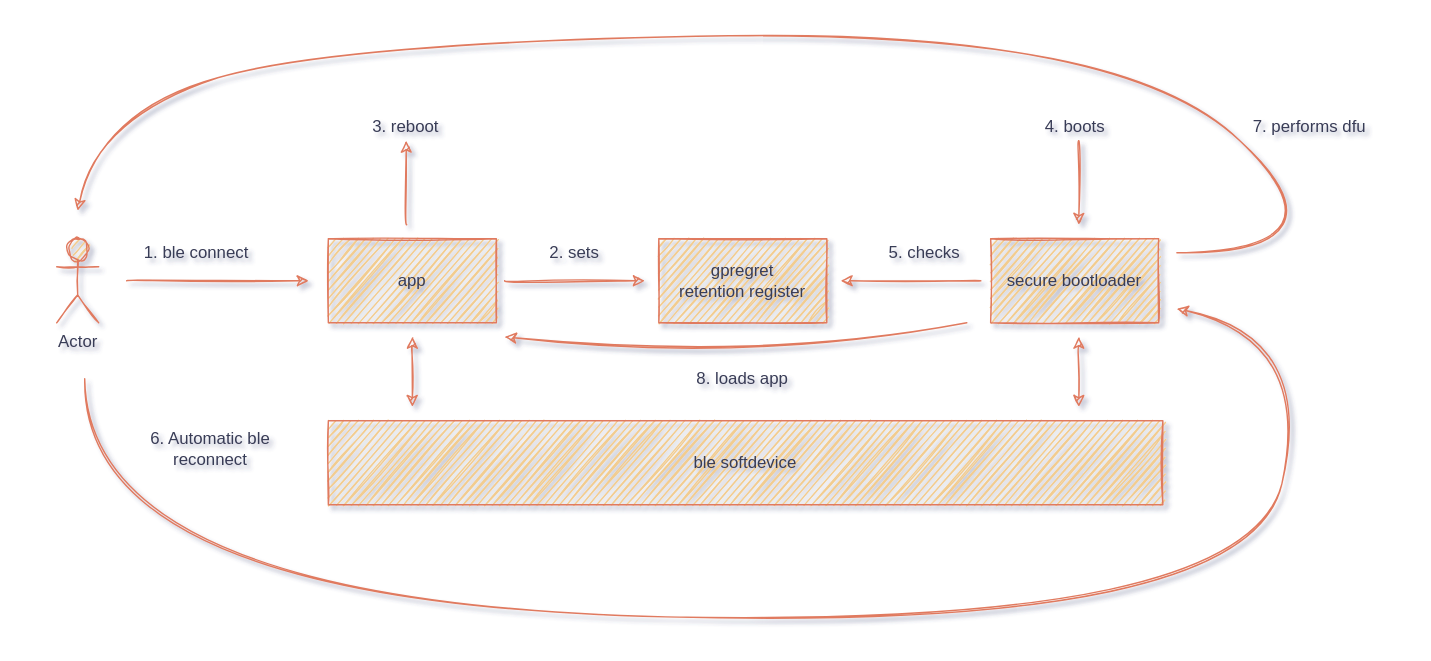
Above: demo.drawio.svg in ninjasource/nordic-ble-dfu-demo (draw.io), before the change. Source tidied: cells renumbered, new cells last; positions are measured from the earlier drawing's top-left corner, leaving out a move shared by most shapes. Its diagram source:
```xml
<mxGraphModel background="#FFFFFF" shadow="1">
  <root>
    <mxCell id="0" />
    <mxCell id="1" parent="0" />
    <mxCell id="2" value="Actor" style="shape=umlActor;verticalLabelPosition=bottom;verticalAlign=top;html=1;fillColor=#F2CC8F;strokeColor=#E07A5F;fontColor=#393C56;sketch=1;" parent="1" vertex="1">
      <mxGeometry x="40" y="170" width="30" height="60" as="geometry" />
    </mxCell>
    <mxCell id="3" value="app" style="rounded=0;whiteSpace=wrap;html=1;fillColor=#F2CC8F;strokeColor=#E07A5F;fontColor=#393C56;sketch=1;" parent="1" vertex="1">
      <mxGeometry x="234" y="170" width="120" height="60" as="geometry" />
    </mxCell>
    <mxCell id="4" value="ble softdevice" style="rounded=0;whiteSpace=wrap;html=1;fillColor=#F2CC8F;strokeColor=#E07A5F;fontColor=#393C56;sketch=1;" parent="1" vertex="1">
      <mxGeometry x="234" y="300" width="596" height="60" as="geometry" />
    </mxCell>
    <mxCell id="5" value="secure bootloader" style="rounded=0;whiteSpace=wrap;html=1;fillColor=#F2CC8F;strokeColor=#E07A5F;fontColor=#393C56;sketch=1;" parent="1" vertex="1">
      <mxGeometry x="707" y="170" width="120" height="60" as="geometry" />
    </mxCell>
    <mxCell id="6" style="endArrow=classic;html=1;strokeColor=#E07A5F;fontColor=#393C56;sketch=1;curved=1;labelBackgroundColor=#F4F1DE;" parent="1" edge="1">
      <mxGeometry relative="1" as="geometry">
        <mxPoint x="90" y="200" as="sourcePoint" />
        <mxPoint x="220" y="200" as="targetPoint" />
      </mxGeometry>
    </mxCell>
    <mxCell id="7" value="gpregret&lt;br&gt;retention register" style="rounded=0;whiteSpace=wrap;html=1;fillColor=#F2CC8F;strokeColor=#E07A5F;fontColor=#393C56;sketch=1;" parent="1" vertex="1">
      <mxGeometry x="470" y="170" width="120" height="60" as="geometry" />
    </mxCell>
    <mxCell id="8" value="1. ble connect" style="text;html=1;strokeColor=none;fillColor=none;align=center;verticalAlign=middle;whiteSpace=wrap;rounded=0;fontColor=#393C56;sketch=1;" parent="1" vertex="1">
      <mxGeometry x="90" y="170" width="100" height="20" as="geometry" />
    </mxCell>
    <mxCell id="9" style="endArrow=classic;html=1;strokeColor=#E07A5F;fontColor=#393C56;sketch=1;curved=1;labelBackgroundColor=#F4F1DE;" parent="1" edge="1">
      <mxGeometry relative="1" as="geometry">
        <mxPoint x="360" y="200" as="sourcePoint" />
        <mxPoint x="460" y="200" as="targetPoint" />
      </mxGeometry>
    </mxCell>
    <mxCell id="10" value="2. sets" style="text;html=1;strokeColor=none;fillColor=none;align=center;verticalAlign=middle;whiteSpace=wrap;rounded=0;fontColor=#393C56;sketch=1;" parent="1" vertex="1">
      <mxGeometry x="390" y="170" width="40" height="20" as="geometry" />
    </mxCell>
    <mxCell id="11" style="endArrow=classic;startArrow=classic;html=1;strokeColor=#E07A5F;fontColor=#393C56;sketch=1;curved=1;labelBackgroundColor=#F4F1DE;" parent="1" edge="1">
      <mxGeometry relative="1" as="geometry">
        <mxPoint x="294" y="240" as="sourcePoint" />
        <mxPoint x="294" y="290" as="targetPoint" />
      </mxGeometry>
    </mxCell>
    <mxCell id="12" style="endArrow=classic;html=1;strokeColor=#E07A5F;fontColor=#393C56;sketch=1;curved=1;labelBackgroundColor=#F4F1DE;" parent="1" edge="1" target="13">
      <mxGeometry relative="1" as="geometry">
        <mxPoint x="290" y="160" as="sourcePoint" />
      </mxGeometry>
    </mxCell>
    <mxCell id="13" value="3. reboot" style="text;html=1;strokeColor=none;fillColor=none;align=center;verticalAlign=middle;whiteSpace=wrap;rounded=0;fontColor=#393C56;sketch=1;" parent="1" vertex="1">
      <mxGeometry x="249" y="80" width="81" height="20" as="geometry" />
    </mxCell>
    <mxCell id="14" style="endArrow=classic;html=1;strokeColor=#E07A5F;fontColor=#393C56;sketch=1;curved=1;labelBackgroundColor=#F4F1DE;" parent="1" edge="1">
      <mxGeometry relative="1" as="geometry">
        <mxPoint x="770" y="100" as="sourcePoint" />
        <mxPoint x="770" y="160" as="targetPoint" />
      </mxGeometry>
    </mxCell>
    <mxCell id="15" value="4. boots" style="text;html=1;align=center;verticalAlign=middle;strokeColor=none;fontColor=#393C56;sketch=1;" parent="1" vertex="1">
      <mxGeometry x="737" y="80" width="60" height="20" as="geometry" />
    </mxCell>
    <mxCell id="16" style="endArrow=classic;html=1;strokeColor=#E07A5F;fontColor=#393C56;sketch=1;curved=1;labelBackgroundColor=#F4F1DE;" parent="1" edge="1">
      <mxGeometry relative="1" as="geometry">
        <mxPoint x="700" y="200" as="sourcePoint" />
        <mxPoint x="600" y="200" as="targetPoint" />
      </mxGeometry>
    </mxCell>
    <mxCell id="17" value="5. checks" style="text;html=1;strokeColor=none;fillColor=none;align=center;verticalAlign=middle;whiteSpace=wrap;rounded=0;fontColor=#393C56;sketch=1;" parent="1" vertex="1">
      <mxGeometry x="630" y="170" width="60" height="20" as="geometry" />
    </mxCell>
    <mxCell id="18" style="endArrow=classic;startArrow=classic;html=1;strokeColor=#E07A5F;fontColor=#393C56;sketch=1;curved=1;labelBackgroundColor=#F4F1DE;" parent="1" edge="1">
      <mxGeometry relative="1" as="geometry">
        <mxPoint x="770" y="240" as="sourcePoint" />
        <mxPoint x="770" y="290" as="targetPoint" />
      </mxGeometry>
    </mxCell>
    <mxCell id="19" style="endArrow=classic;html=1;strokeColor=#E07A5F;fontColor=#393C56;sketch=1;curved=1;labelBackgroundColor=#F4F1DE;" parent="1" edge="1">
      <mxGeometry relative="1" as="geometry">
        <mxPoint x="60" y="270" as="sourcePoint" />
        <mxPoint x="840" y="220" as="targetPoint" />
        <Array as="points">
          <mxPoint x="60" y="430" />
          <mxPoint x="890" y="450" />
          <mxPoint x="940" y="240" />
        </Array>
      </mxGeometry>
    </mxCell>
    <mxCell id="20" style="endArrow=classic;html=1;strokeColor=#E07A5F;fontColor=#393C56;sketch=1;curved=1;labelBackgroundColor=#F4F1DE;" parent="1" edge="1">
      <mxGeometry relative="1" as="geometry">
        <mxPoint x="840" y="180" as="sourcePoint" />
        <mxPoint x="55" y="150" as="targetPoint" />
        <Array as="points">
          <mxPoint x="970" y="180" />
          <mxPoint x="800" y="20" />
          <mxPoint x="240" y="30" />
          <mxPoint x="70" y="80" />
        </Array>
      </mxGeometry>
    </mxCell>
    <mxCell id="21" style="swimlane;startSize=0;swimlaneLine=0;strokeColor=none;" parent="1" vertex="1">
      <mxGeometry width="1010" height="460" as="geometry" />
    </mxCell>
    <mxCell id="22" value="6. Automatic ble reconnect" style="text;html=1;strokeColor=none;fillColor=none;align=center;verticalAlign=middle;whiteSpace=wrap;rounded=0;fontColor=#393C56;sketch=1;" parent="21" vertex="1">
      <mxGeometry x="80" y="310" width="140" height="20" as="geometry" />
    </mxCell>
    <mxCell id="23" value="7. performs dfu" style="text;html=1;strokeColor=none;fillColor=none;align=center;verticalAlign=middle;whiteSpace=wrap;rounded=0;fontColor=#393C56;sketch=1;" parent="21" vertex="1">
      <mxGeometry x="860" y="80" width="150" height="20" as="geometry" />
    </mxCell>
    <mxCell id="24" style="endArrow=classic;html=1;strokeColor=#E07A5F;fontColor=#393C56;sketch=1;curved=1;labelBackgroundColor=#F4F1DE;" parent="21" edge="1">
      <mxGeometry relative="1" as="geometry">
        <mxPoint x="690" y="230" as="sourcePoint" />
        <mxPoint x="360" y="240" as="targetPoint" />
        <Array as="points">
          <mxPoint x="540" y="260" />
        </Array>
      </mxGeometry>
    </mxCell>
    <mxCell id="25" value="8. loads app" style="text;html=1;strokeColor=none;fillColor=none;align=center;verticalAlign=middle;whiteSpace=wrap;rounded=0;fontColor=#393C56;sketch=1;" parent="21" vertex="1">
      <mxGeometry x="480" y="260" width="100" height="20" as="geometry" />
    </mxCell>
  </root>
</mxGraphModel>
```
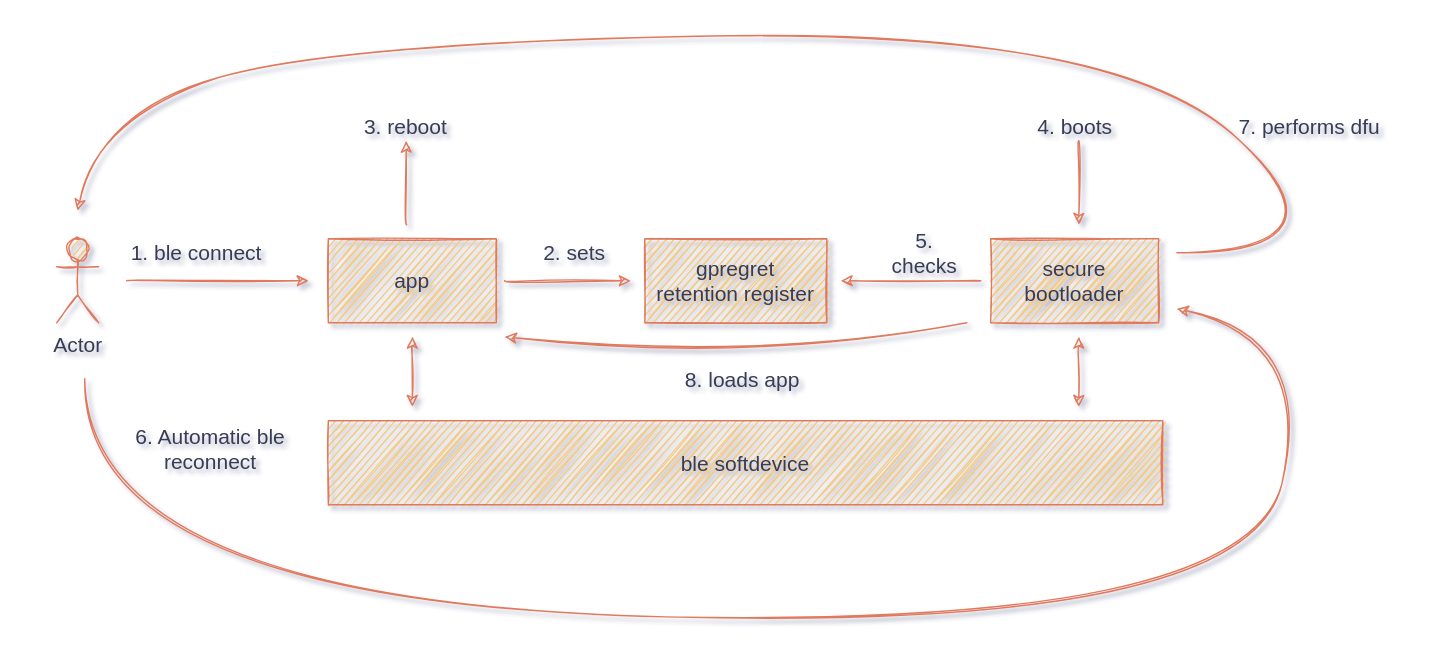
Later version of the same file.

Commit message:
Improved diagram

What changed in the source:
```diff
@@ -2,16 +2,16 @@
   <root>
     <mxCell id="0" />
     <mxCell id="1" parent="0" />
-    <mxCell id="2" value="Actor" style="shape=umlActor;verticalLabelPosition=bottom;verticalAlign=top;html=1;fillColor=#F2CC8F;strokeColor=#E07A5F;fontColor=#393C56;sketch=1;" parent="1" vertex="1">
+    <mxCell id="2" value="Actor" style="shape=umlActor;verticalLabelPosition=bottom;verticalAlign=top;html=1;fillColor=#F2CC8F;strokeColor=#E07A5F;fontColor=#393C56;sketch=1;fontSize=15;" parent="1" vertex="1">
       <mxGeometry x="40" y="170" width="30" height="60" as="geometry" />
     </mxCell>
-    <mxCell id="3" value="app" style="rounded=0;whiteSpace=wrap;html=1;fillColor=#F2CC8F;strokeColor=#E07A5F;fontColor=#393C56;sketch=1;" parent="1" vertex="1">
+    <mxCell id="3" value="app" style="rounded=0;whiteSpace=wrap;html=1;fillColor=#F2CC8F;strokeColor=#E07A5F;fontColor=#393C56;sketch=1;fontSize=15;" parent="1" vertex="1">
       <mxGeometry x="234" y="170" width="120" height="60" as="geometry" />
     </mxCell>
-    <mxCell id="4" value="ble softdevice" style="rounded=0;whiteSpace=wrap;html=1;fillColor=#F2CC8F;strokeColor=#E07A5F;fontColor=#393C56;sketch=1;" parent="1" vertex="1">
+    <mxCell id="4" value="ble softdevice" style="rounded=0;whiteSpace=wrap;html=1;fillColor=#F2CC8F;strokeColor=#E07A5F;fontColor=#393C56;sketch=1;fontSize=15;" parent="1" vertex="1">
       <mxGeometry x="234" y="300" width="596" height="60" as="geometry" />
     </mxCell>
-    <mxCell id="5" value="secure bootloader" style="rounded=0;whiteSpace=wrap;html=1;fillColor=#F2CC8F;strokeColor=#E07A5F;fontColor=#393C56;sketch=1;" parent="1" vertex="1">
+    <mxCell id="5" value="secure bootloader" style="rounded=0;whiteSpace=wrap;html=1;fillColor=#F2CC8F;strokeColor=#E07A5F;fontColor=#393C56;sketch=1;fontSize=15;" parent="1" vertex="1">
       <mxGeometry x="707" y="170" width="120" height="60" as="geometry" />
     </mxCell>
     <mxCell id="6" style="endArrow=classic;html=1;strokeColor=#E07A5F;fontColor=#393C56;sketch=1;curved=1;labelBackgroundColor=#F4F1DE;" parent="1" edge="1">
@@ -20,21 +20,18 @@
         <mxPoint x="220" y="200" as="targetPoint" />
       </mxGeometry>
     </mxCell>
-    <mxCell id="7" value="gpregret&lt;br&gt;retention register" style="rounded=0;whiteSpace=wrap;html=1;fillColor=#F2CC8F;strokeColor=#E07A5F;fontColor=#393C56;sketch=1;" parent="1" vertex="1">
-      <mxGeometry x="470" y="170" width="120" height="60" as="geometry" />
+    <mxCell id="7" value="gpregret&lt;br style=&quot;font-size: 15px;&quot;&gt;retention register" style="rounded=0;whiteSpace=wrap;html=1;fillColor=#F2CC8F;strokeColor=#E07A5F;fontColor=#393C56;sketch=1;fontSize=15;" parent="1" vertex="1">
+      <mxGeometry x="460" y="170" width="130" height="60" as="geometry" />
     </mxCell>
-    <mxCell id="8" value="1. ble connect" style="text;html=1;strokeColor=none;fillColor=none;align=center;verticalAlign=middle;whiteSpace=wrap;rounded=0;fontColor=#393C56;sketch=1;" parent="1" vertex="1">
+    <mxCell id="8" value="1. ble connect" style="text;html=1;strokeColor=none;fillColor=none;align=center;verticalAlign=middle;whiteSpace=wrap;rounded=0;fontColor=#393C56;sketch=1;fontSize=15;" parent="1" vertex="1">
       <mxGeometry x="90" y="170" width="100" height="20" as="geometry" />
     </mxCell>
     <mxCell id="9" style="endArrow=classic;html=1;strokeColor=#E07A5F;fontColor=#393C56;sketch=1;curved=1;labelBackgroundColor=#F4F1DE;" parent="1" edge="1">
       <mxGeometry relative="1" as="geometry">
         <mxPoint x="360" y="200" as="sourcePoint" />
-        <mxPoint x="460" y="200" as="targetPoint" />
+        <mxPoint x="450" y="200" as="targetPoint" />
       </mxGeometry>
     </mxCell>
-    <mxCell id="10" value="2. sets" style="text;html=1;strokeColor=none;fillColor=none;align=center;verticalAlign=middle;whiteSpace=wrap;rounded=0;fontColor=#393C56;sketch=1;" parent="1" vertex="1">
-      <mxGeometry x="390" y="170" width="40" height="20" as="geometry" />
-    </mxCell>
     <mxCell id="11" style="endArrow=classic;startArrow=classic;html=1;strokeColor=#E07A5F;fontColor=#393C56;sketch=1;curved=1;labelBackgroundColor=#F4F1DE;" parent="1" edge="1">
       <mxGeometry relative="1" as="geometry">
         <mxPoint x="294" y="240" as="sourcePoint" />
@@ -46,7 +43,7 @@
         <mxPoint x="290" y="160" as="sourcePoint" />
       </mxGeometry>
     </mxCell>
-    <mxCell id="13" value="3. reboot" style="text;html=1;strokeColor=none;fillColor=none;align=center;verticalAlign=middle;whiteSpace=wrap;rounded=0;fontColor=#393C56;sketch=1;" parent="1" vertex="1">
+    <mxCell id="13" value="3. reboot" style="text;html=1;strokeColor=none;fillColor=none;align=center;verticalAlign=middle;whiteSpace=wrap;rounded=0;fontColor=#393C56;sketch=1;fontSize=15;" parent="1" vertex="1">
       <mxGeometry x="249" y="80" width="81" height="20" as="geometry" />
     </mxCell>
     <mxCell id="14" style="endArrow=classic;html=1;strokeColor=#E07A5F;fontColor=#393C56;sketch=1;curved=1;labelBackgroundColor=#F4F1DE;" parent="1" edge="1">
@@ -55,8 +52,8 @@
         <mxPoint x="770" y="160" as="targetPoint" />
       </mxGeometry>
     </mxCell>
-    <mxCell id="15" value="4. boots" style="text;html=1;align=center;verticalAlign=middle;strokeColor=none;fontColor=#393C56;sketch=1;" parent="1" vertex="1">
-      <mxGeometry x="737" y="80" width="60" height="20" as="geometry" />
+    <mxCell id="15" value="4. boots" style="text;html=1;align=center;verticalAlign=middle;strokeColor=none;fontColor=#393C56;sketch=1;fontSize=15;" parent="1" vertex="1">
+      <mxGeometry x="732" y="80" width="70" height="20" as="geometry" />
     </mxCell>
     <mxCell id="16" style="endArrow=classic;html=1;strokeColor=#E07A5F;fontColor=#393C56;sketch=1;curved=1;labelBackgroundColor=#F4F1DE;" parent="1" edge="1">
       <mxGeometry relative="1" as="geometry">
@@ -64,7 +61,7 @@
         <mxPoint x="600" y="200" as="targetPoint" />
       </mxGeometry>
     </mxCell>
-    <mxCell id="17" value="5. checks" style="text;html=1;strokeColor=none;fillColor=none;align=center;verticalAlign=middle;whiteSpace=wrap;rounded=0;fontColor=#393C56;sketch=1;" parent="1" vertex="1">
+    <mxCell id="17" value="5. checks" style="text;html=1;strokeColor=none;fillColor=none;align=center;verticalAlign=middle;whiteSpace=wrap;rounded=0;fontColor=#393C56;sketch=1;fontSize=15;" parent="1" vertex="1">
       <mxGeometry x="630" y="170" width="60" height="20" as="geometry" />
     </mxCell>
     <mxCell id="18" style="endArrow=classic;startArrow=classic;html=1;strokeColor=#E07A5F;fontColor=#393C56;sketch=1;curved=1;labelBackgroundColor=#F4F1DE;" parent="1" edge="1">
@@ -99,10 +96,10 @@
     <mxCell id="21" style="swimlane;startSize=0;swimlaneLine=0;strokeColor=none;" parent="1" vertex="1">
       <mxGeometry width="1010" height="460" as="geometry" />
     </mxCell>
-    <mxCell id="22" value="6. Automatic ble reconnect" style="text;html=1;strokeColor=none;fillColor=none;align=center;verticalAlign=middle;whiteSpace=wrap;rounded=0;fontColor=#393C56;sketch=1;" parent="21" vertex="1">
+    <mxCell id="22" value="6. Automatic ble reconnect" style="text;html=1;strokeColor=none;fillColor=none;align=center;verticalAlign=middle;whiteSpace=wrap;rounded=0;fontColor=#393C56;sketch=1;fontSize=15;" parent="21" vertex="1">
       <mxGeometry x="80" y="310" width="140" height="20" as="geometry" />
     </mxCell>
-    <mxCell id="23" value="7. performs dfu" style="text;html=1;strokeColor=none;fillColor=none;align=center;verticalAlign=middle;whiteSpace=wrap;rounded=0;fontColor=#393C56;sketch=1;" parent="21" vertex="1">
+    <mxCell id="23" value="7. performs dfu" style="text;html=1;strokeColor=none;fillColor=none;align=center;verticalAlign=middle;whiteSpace=wrap;rounded=0;fontColor=#393C56;sketch=1;fontSize=15;" parent="21" vertex="1">
       <mxGeometry x="860" y="80" width="150" height="20" as="geometry" />
     </mxCell>
     <mxCell id="24" style="endArrow=classic;html=1;strokeColor=#E07A5F;fontColor=#393C56;sketch=1;curved=1;labelBackgroundColor=#F4F1DE;" parent="21" edge="1">
@@ -114,8 +111,11 @@
         </Array>
       </mxGeometry>
     </mxCell>
-    <mxCell id="25" value="8. loads app" style="text;html=1;strokeColor=none;fillColor=none;align=center;verticalAlign=middle;whiteSpace=wrap;rounded=0;fontColor=#393C56;sketch=1;" parent="21" vertex="1">
+    <mxCell id="25" value="8. loads app" style="text;html=1;strokeColor=none;fillColor=none;align=center;verticalAlign=middle;whiteSpace=wrap;rounded=0;fontColor=#393C56;sketch=1;fontSize=15;" parent="21" vertex="1">
       <mxGeometry x="480" y="260" width="100" height="20" as="geometry" />
     </mxCell>
+    <mxCell id="10" value="2. sets" style="text;html=1;strokeColor=none;fillColor=none;align=center;verticalAlign=middle;whiteSpace=wrap;rounded=0;fontColor=#393C56;sketch=1;fontSize=15;" parent="21" vertex="1">
+      <mxGeometry x="380" y="170" width="60" height="20" as="geometry" />
+    </mxCell>
   </root>
 </mxGraphModel>
```
